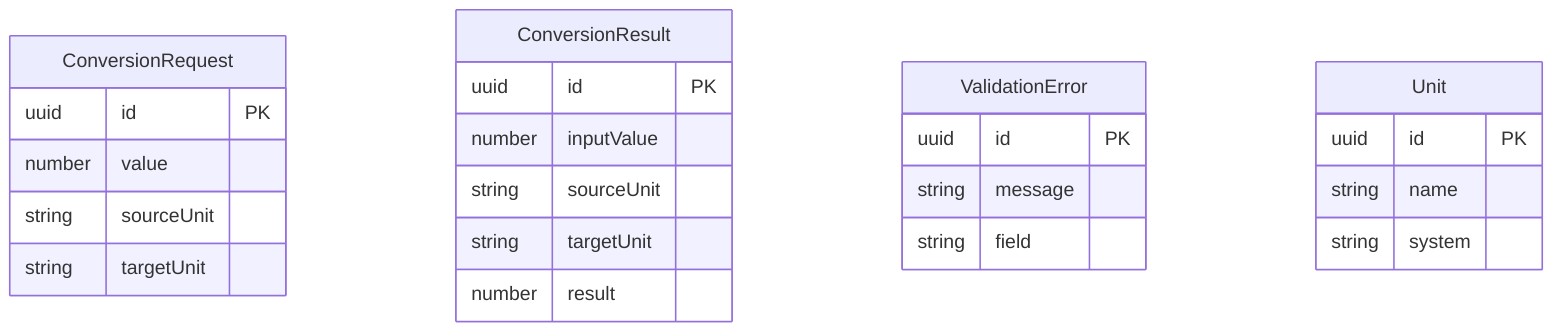
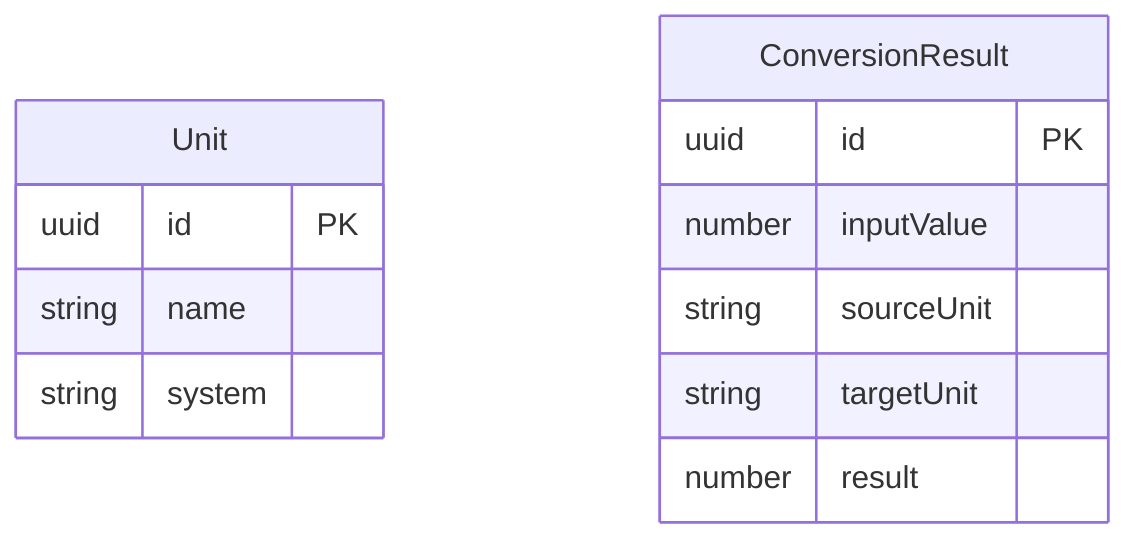
erDiagram
-   ConversionRequest {
+   Unit {
    uuid id PK
-     number value
-     string sourceUnit
-     string targetUnit
+     string name
+     string system
  }
  ConversionResult {
    uuid id PK
    number inputValue
    string sourceUnit
    string targetUnit
    number result
  }
-   ValidationError {
-     uuid id PK
-     string message
-     string field
-   }
-   Unit {
-     uuid id PK
-     string name
-     string system
-   }